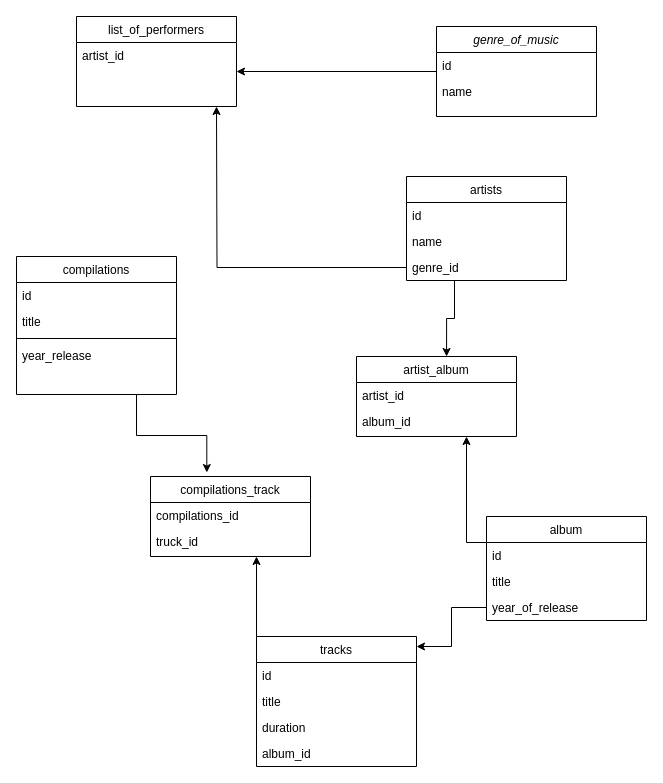
Earlier version of the draw.io diagram Диаграмма без названия.drawio (TheFlashe/dz_1). Source tidied: cells renumbered, new cells numbered last; positions are measured from the earlier drawing's top-left corner, leaving out a move shared by most shapes. Both pictures are drawn from the tidied source at 100%, with x=0, y=0 at pixel (16, 16).
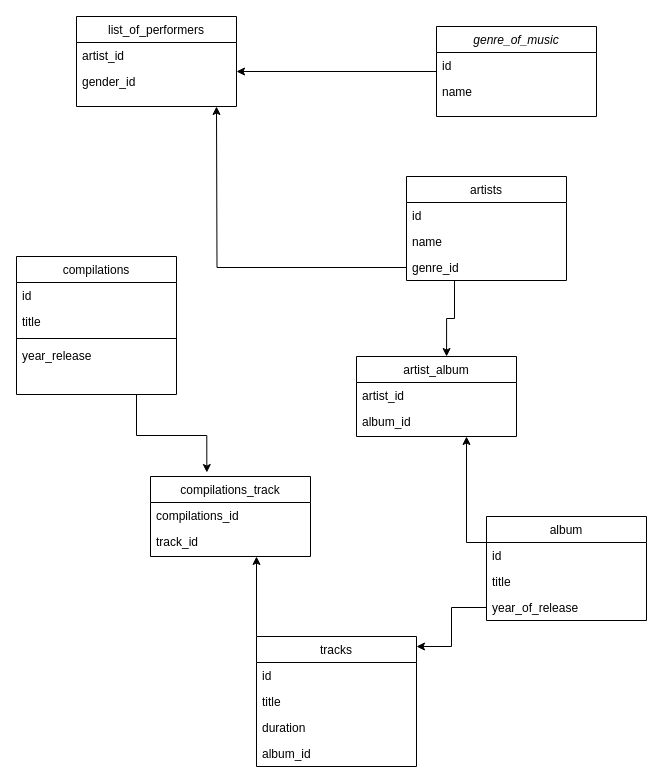
The same diagram, later.

The change refers to these unchanged cells:
```xml
<mxCell id="16" value="list_of_performers" style="swimlane;fontStyle=0;align=center;verticalAlign=top;horizontal=1;startSize=26;rounded=0;shadow=0;strokeWidth=1;strokeColor=#000000;" parent="1" vertex="1">
  <mxGeometry x="60" width="160" height="90" as="geometry" />
</mxCell>
<mxCell id="21" value="compilations_track" style="swimlane;fontStyle=0;align=center;verticalAlign=top;horizontal=1;startSize=26;rounded=0;shadow=0;strokeWidth=1;" parent="1" vertex="1">
  <mxGeometry x="134" y="460" width="160" height="80" as="geometry" />
</mxCell>
```

Diff of the diagram source:
```diff
@@
+    <mxCell id="38" value="gender_id" style="text;align=left;verticalAlign=top;spacingLeft=4;spacingRight=4;overflow=hidden;" parent="16" vertex="1">
+      <mxGeometry y="52" width="160" height="26" as="geometry" />
+    </mxCell>
@@
-    <mxCell id="23" value="truck_id" style="text;align=left;verticalAlign=top;spacingLeft=4;spacingRight=4;overflow=hidden;" parent="21" vertex="1">
+    <mxCell id="23" value="track_id" style="text;align=left;verticalAlign=top;spacingLeft=4;spacingRight=4;overflow=hidden;" parent="21" vertex="1">
       <mxGeometry y="52" width="160" height="26" as="geometry" />
     </mxCell>
```
